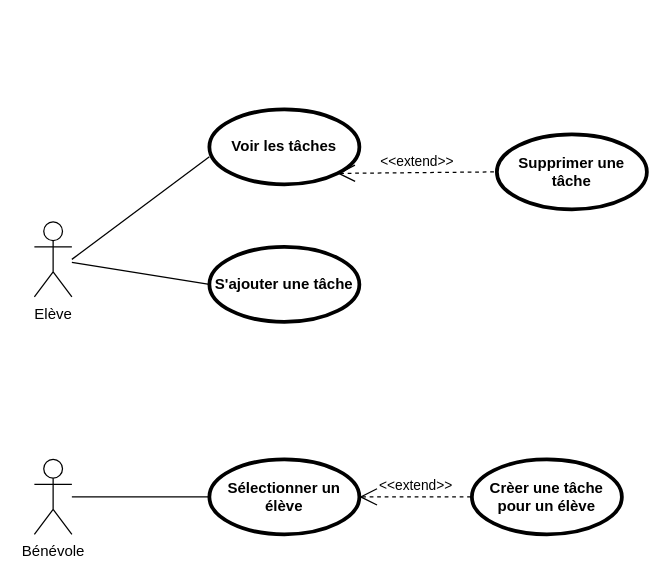
The draw.io diagram Gestionnaire de taches Diagram.drawio in tchicoulo/learnathome, before the edit. Source tidied: cells renumbered, new cells numbered last; positions are measured from the earlier drawing's top-left corner, leaving out a move shared by most shapes. Both pictures are drawn from the tidied source at 125%, with x=0, y=0 at pixel (34, 109).
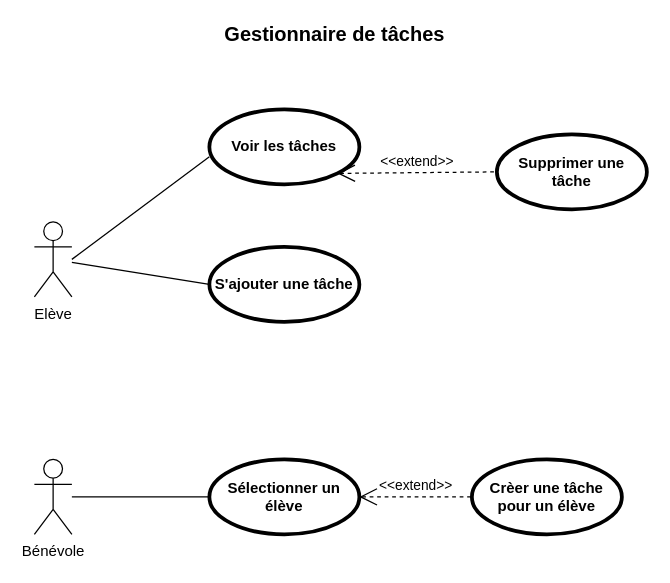
After the change.

The edit, as a diff of the source:
```diff
@@
 <mxGraphModel>
   <root>
     <mxCell id="0" />
     <mxCell id="1" parent="0" />
     <mxCell id="2" value="Bénévole" style="shape=umlActor;html=1;verticalLabelPosition=bottom;verticalAlign=top;align=center;" parent="1" vertex="1">
       <mxGeometry y="280" width="30" height="60" as="geometry" />
     </mxCell>
     <mxCell id="3" value="Elève" style="shape=umlActor;html=1;verticalLabelPosition=bottom;verticalAlign=top;align=center;" parent="1" vertex="1">
       <mxGeometry y="90" width="30" height="60" as="geometry" />
     </mxCell>
     <mxCell id="4" value="Voir les tâches" style="shape=ellipse;html=1;strokeWidth=3;fontStyle=1;whiteSpace=wrap;align=center;perimeter=ellipsePerimeter;" parent="1" vertex="1">
       <mxGeometry x="140" width="120" height="60" as="geometry" />
     </mxCell>
     <mxCell id="5" value="S'ajouter une tâche" style="shape=ellipse;html=1;strokeWidth=3;fontStyle=1;whiteSpace=wrap;align=center;perimeter=ellipsePerimeter;" parent="1" vertex="1">
       <mxGeometry x="140" y="110" width="120" height="60" as="geometry" />
     </mxCell>
     <mxCell id="6" value="Sélectionner un élève" style="shape=ellipse;html=1;strokeWidth=3;fontStyle=1;whiteSpace=wrap;align=center;perimeter=ellipsePerimeter;" parent="1" vertex="1">
       <mxGeometry x="140" y="280" width="120" height="60" as="geometry" />
     </mxCell>
     <mxCell id="7" value="Supprimer une tâche" style="shape=ellipse;html=1;strokeWidth=3;fontStyle=1;whiteSpace=wrap;align=center;perimeter=ellipsePerimeter;" parent="1" vertex="1">
       <mxGeometry x="370" y="20" width="120" height="60" as="geometry" />
     </mxCell>
     <mxCell id="8" value="&amp;lt;&amp;lt;extend&amp;gt;&amp;gt;" style="edgeStyle=none;html=1;startArrow=open;endArrow=none;startSize=12;verticalAlign=bottom;dashed=1;labelBackgroundColor=none;rounded=0;exitX=1;exitY=1;exitDx=0;exitDy=0;entryX=0;entryY=0.5;entryDx=0;entryDy=0;" parent="1" edge="1" source="4" target="7">
       <mxGeometry relative="1" as="geometry" />
     </mxCell>
     <mxCell id="9" style="edgeStyle=none;html=1;endArrow=none;verticalAlign=bottom;rounded=0;entryX=0;entryY=0.633;entryDx=0;entryDy=0;entryPerimeter=0;" parent="1" edge="1" target="4">
       <mxGeometry relative="1" as="geometry">
         <mxPoint x="30" y="120" as="sourcePoint" />
       </mxGeometry>
     </mxCell>
     <mxCell id="10" style="edgeStyle=none;html=1;endArrow=none;verticalAlign=bottom;rounded=0;entryX=0;entryY=0.5;entryDx=0;entryDy=0;" parent="1" edge="1" source="3" target="5">
       <mxGeometry relative="1" as="geometry" />
     </mxCell>
     <mxCell id="11" style="edgeStyle=none;html=1;endArrow=none;verticalAlign=bottom;rounded=0;entryX=0;entryY=0.5;entryDx=0;entryDy=0;" parent="1" edge="1" source="2" target="6">
       <mxGeometry relative="1" as="geometry" />
     </mxCell>
     <mxCell id="12" value="Crèer une tâche pour un élève" style="shape=ellipse;html=1;strokeWidth=3;fontStyle=1;whiteSpace=wrap;align=center;perimeter=ellipsePerimeter;" parent="1" vertex="1">
       <mxGeometry x="350" y="280" width="120" height="60" as="geometry" />
     </mxCell>
     <mxCell id="13" value="&amp;lt;&amp;lt;extend&amp;gt;&amp;gt;" style="edgeStyle=none;html=1;startArrow=open;endArrow=none;startSize=12;verticalAlign=bottom;dashed=1;labelBackgroundColor=none;rounded=0;entryX=0;entryY=0.5;entryDx=0;entryDy=0;exitX=1;exitY=0.5;exitDx=0;exitDy=0;" parent="1" edge="1" source="6" target="12">
       <mxGeometry relative="1" as="geometry" />
     </mxCell>
+    <mxCell id="14" value="&lt;b&gt;&lt;font style=&quot;font-size: 16px;&quot;&gt;Gestionnaire de tâches&lt;/font&gt;&lt;/b&gt;" style="text;html=1;align=center;verticalAlign=middle;strokeColor=none;fillColor=none;" parent="1" vertex="1">
+      <mxGeometry x="145" y="-70" width="190" height="20" as="geometry" />
+    </mxCell>
   </root>
 </mxGraphModel>
```
